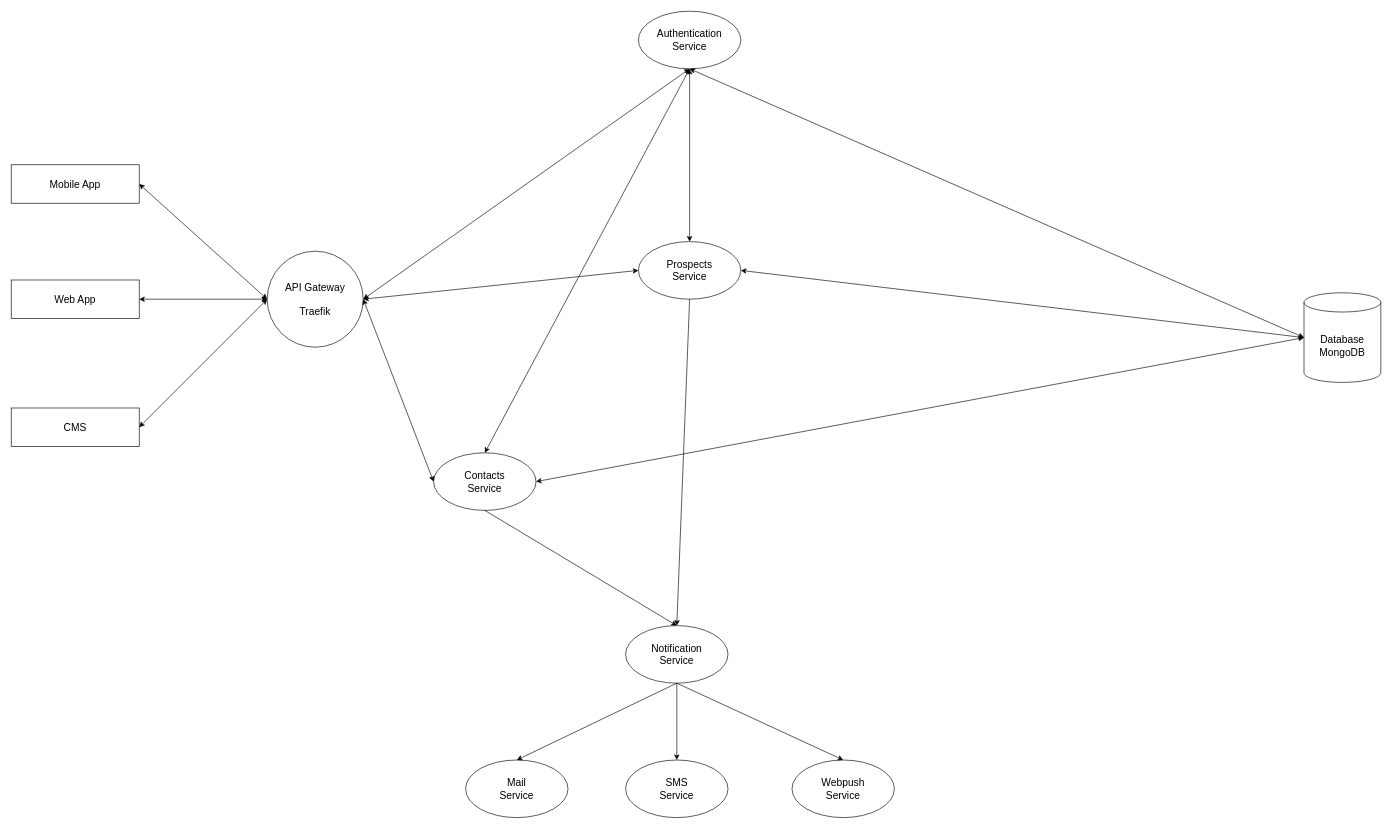
haibuieastwest/eastwest-microservices-diagram keeps this draw.io diagram as EastWest microservices diagram.drawio. Above is the earlier version. Source tidied: cells renumbered, new cells numbered last; positions are measured from the earlier drawing's top-left corner, leaving out a move shared by most shapes. Both pictures are drawn from the tidied source at 64%, with x=0, y=0 at pixel (11, 11).
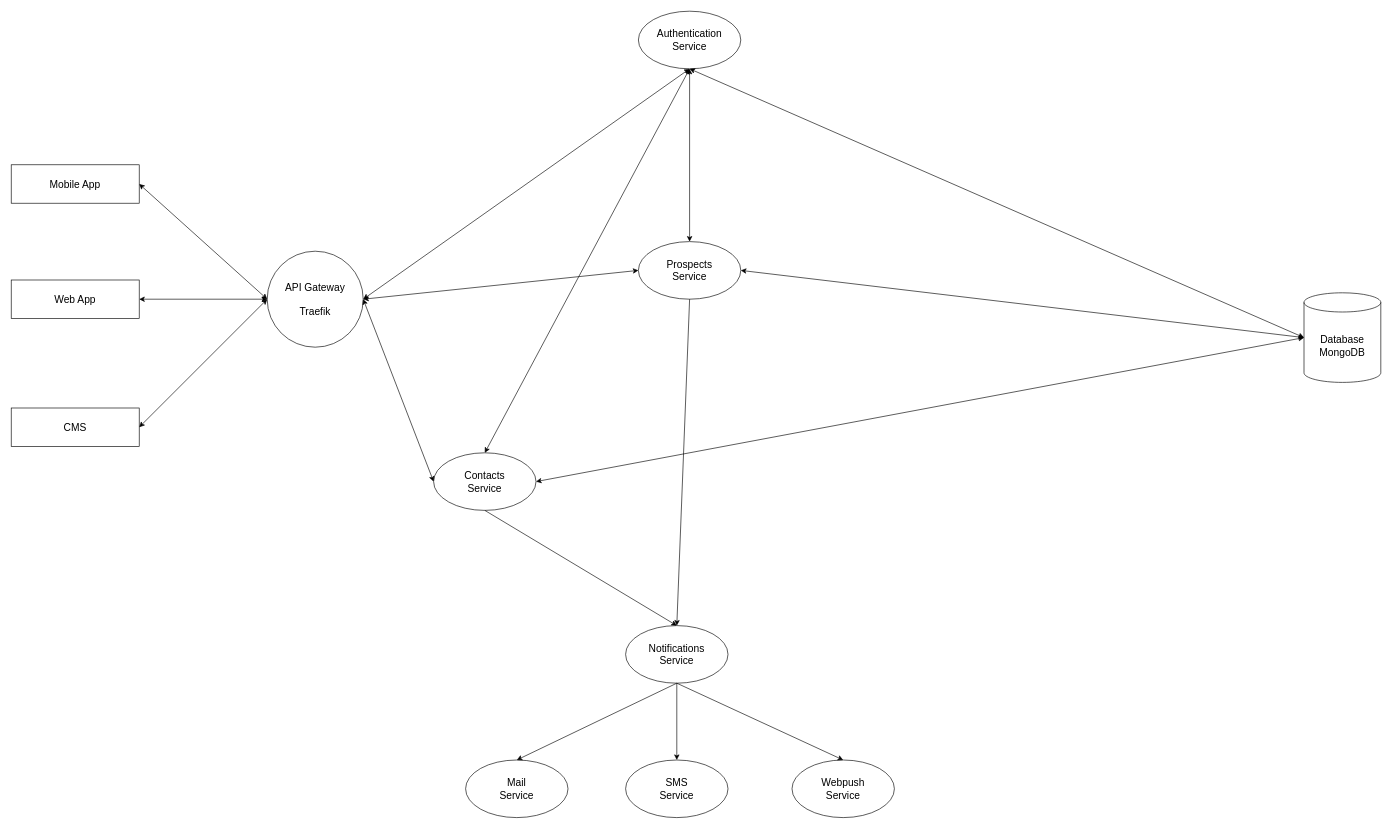
The same diagram, later.

Diff of the diagram source:
```diff
@@
-    <mxCell id="15" value="&lt;font style=&quot;font-size: 16px&quot;&gt;Notification&lt;br&gt;Service&lt;/font&gt;" style="ellipse;whiteSpace=wrap;html=1;" parent="1" vertex="1">
+    <mxCell id="15" value="&lt;font style=&quot;font-size: 16px&quot;&gt;Notifications&lt;br&gt;Service&lt;/font&gt;" style="ellipse;whiteSpace=wrap;html=1;" parent="1" vertex="1">
       <mxGeometry x="960" y="960" width="160" height="90" as="geometry" />
     </mxCell>
```
